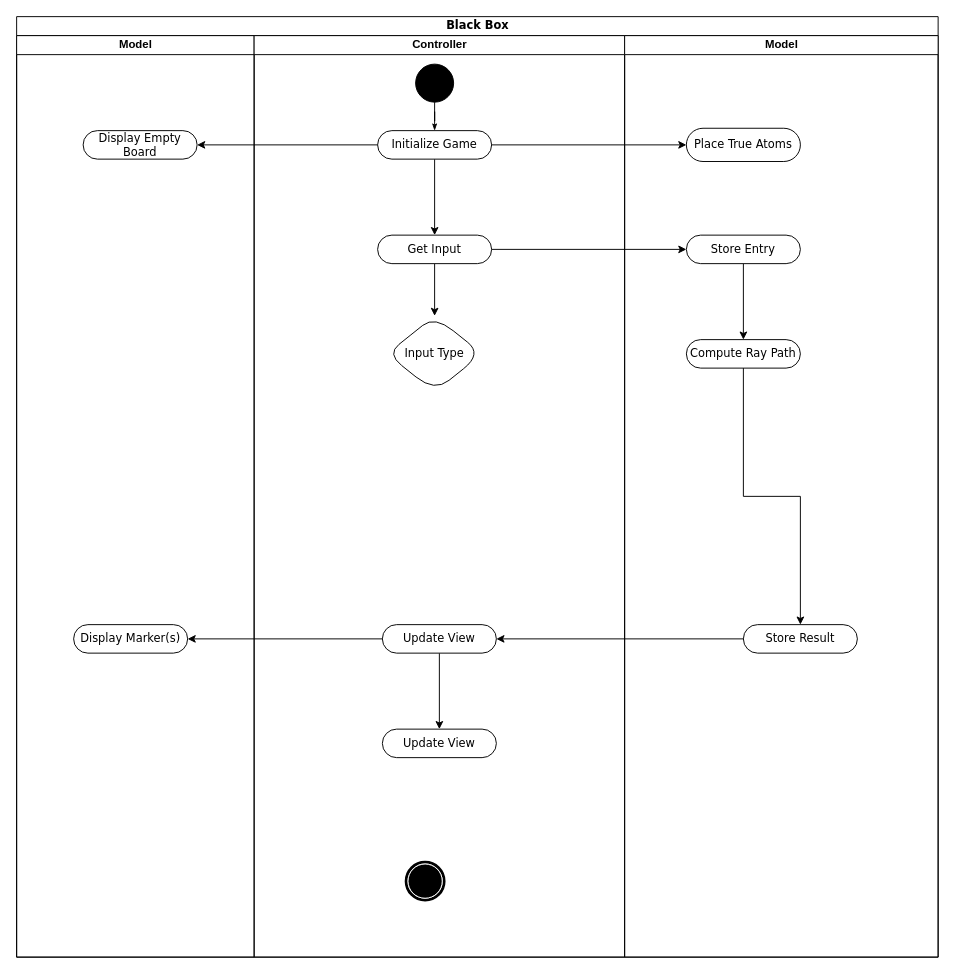
Before: UML-activity-diagram.drawio in Juutar/COMP20050SEP2-1, a draw.io diagram. Source tidied: cells renumbered, new cells numbered last; positions are measured from the earlier drawing's top-left corner, leaving out a move shared by most shapes. Both pictures are drawn from the tidied source at 95%, with x=0, y=0 at pixel (16, 16).
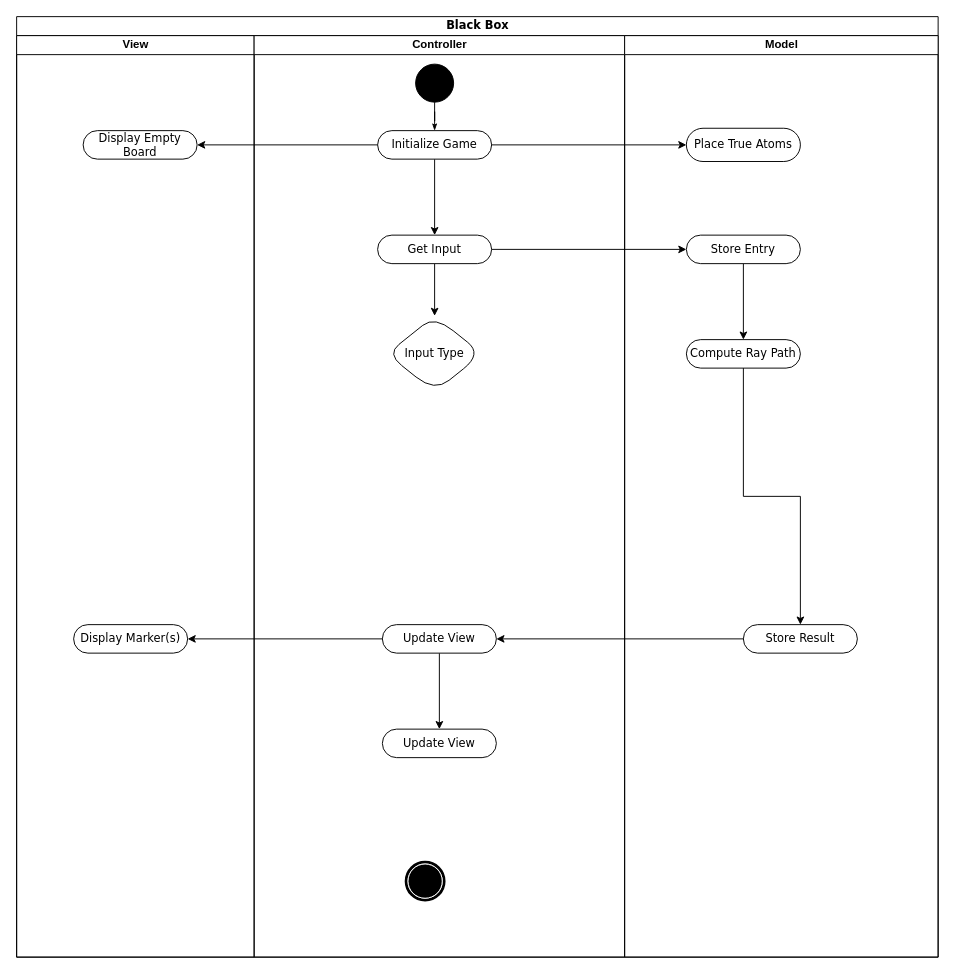
Above is the later version.

Commit message:
added view label

Unchanged cells that the change refers to:
```xml
<mxCell id="2" value="Black Box" style="swimlane;html=1;startSize=20;rounded=0;shadow=0;comic=0;labelBackgroundColor=none;strokeWidth=1;fontFamily=Verdana;fontSize=12;align=center;" parent="1" vertex="1">
  <mxGeometry width="970" height="990" as="geometry" />
</mxCell>
```

What changed in the source:
```diff
@@
-    <mxCell id="3" value="Model" style="swimlane;html=1;startSize=20;" parent="2" vertex="1">
+    <mxCell id="3" value="View" style="swimlane;html=1;startSize=20;" parent="2" vertex="1">
       <mxGeometry y="20" width="250" height="970" as="geometry" />
     </mxCell>
```
